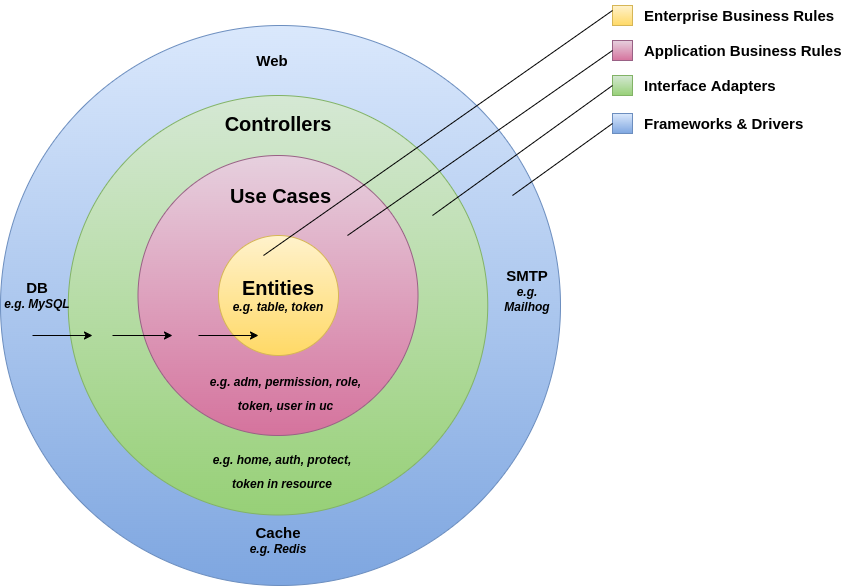
ParthoShuvo/auth-system keeps this draw.io diagram as diagrams/clean-architecture.png. Above is the earlier version. Source tidied: cells renumbered, new cells last; positions are measured from the earlier drawing's top-left corner, leaving out a move shared by most shapes.
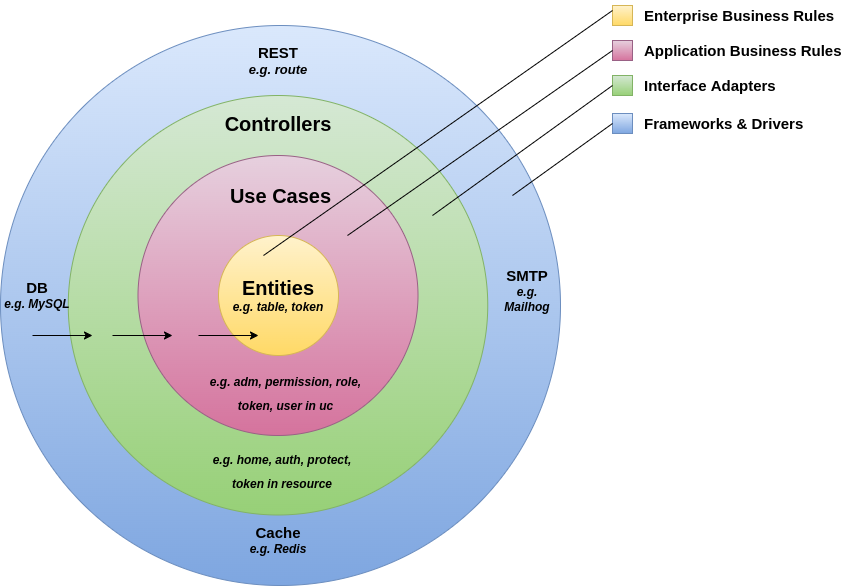
The same file after the commit.

Change to the diagram source:
```diff
@@ -35,8 +35,8 @@
     <mxCell id="12" value="&lt;font style=&quot;font-size: 15px;&quot;&gt;&lt;b&gt;SMTP&lt;/b&gt;&lt;/font&gt;&lt;br&gt;&lt;b&gt;&lt;i&gt;e.g. Mailhog&lt;/i&gt;&lt;/b&gt;" style="text;html=1;strokeColor=none;fillColor=none;align=center;verticalAlign=middle;whiteSpace=wrap;rounded=0;fontSize=12;" parent="1" vertex="1">
       <mxGeometry x="492" y="275" width="70" height="30" as="geometry" />
     </mxCell>
-    <mxCell id="13" value="&lt;font style=&quot;font-size: 15px;&quot;&gt;&lt;b&gt;Web&lt;/b&gt;&lt;/font&gt;" style="text;html=1;strokeColor=none;fillColor=none;align=center;verticalAlign=middle;whiteSpace=wrap;rounded=0;fontSize=12;" parent="1" vertex="1">
-      <mxGeometry x="242" y="45" width="60" height="30" as="geometry" />
+    <mxCell id="13" value="&lt;font style=&quot;&quot;&gt;&lt;b style=&quot;&quot;&gt;&lt;span style=&quot;font-size: 15px;&quot;&gt;REST&lt;/span&gt;&lt;br&gt;&lt;font style=&quot;font-size: 13px;&quot;&gt;&lt;i&gt;e.g. route&lt;/i&gt;&lt;/font&gt;&lt;br&gt;&lt;/b&gt;&lt;/font&gt;" style="text;html=1;strokeColor=none;fillColor=none;align=center;verticalAlign=middle;whiteSpace=wrap;rounded=0;fontSize=12;" parent="1" vertex="1">
+      <mxGeometry x="237.5" y="45" width="80" height="30" as="geometry" />
     </mxCell>
     <mxCell id="14" style="endArrow=classic;html=1;rounded=0;fontSize=15;" parent="1" edge="1">
       <mxGeometry relative="1" as="geometry">
```
